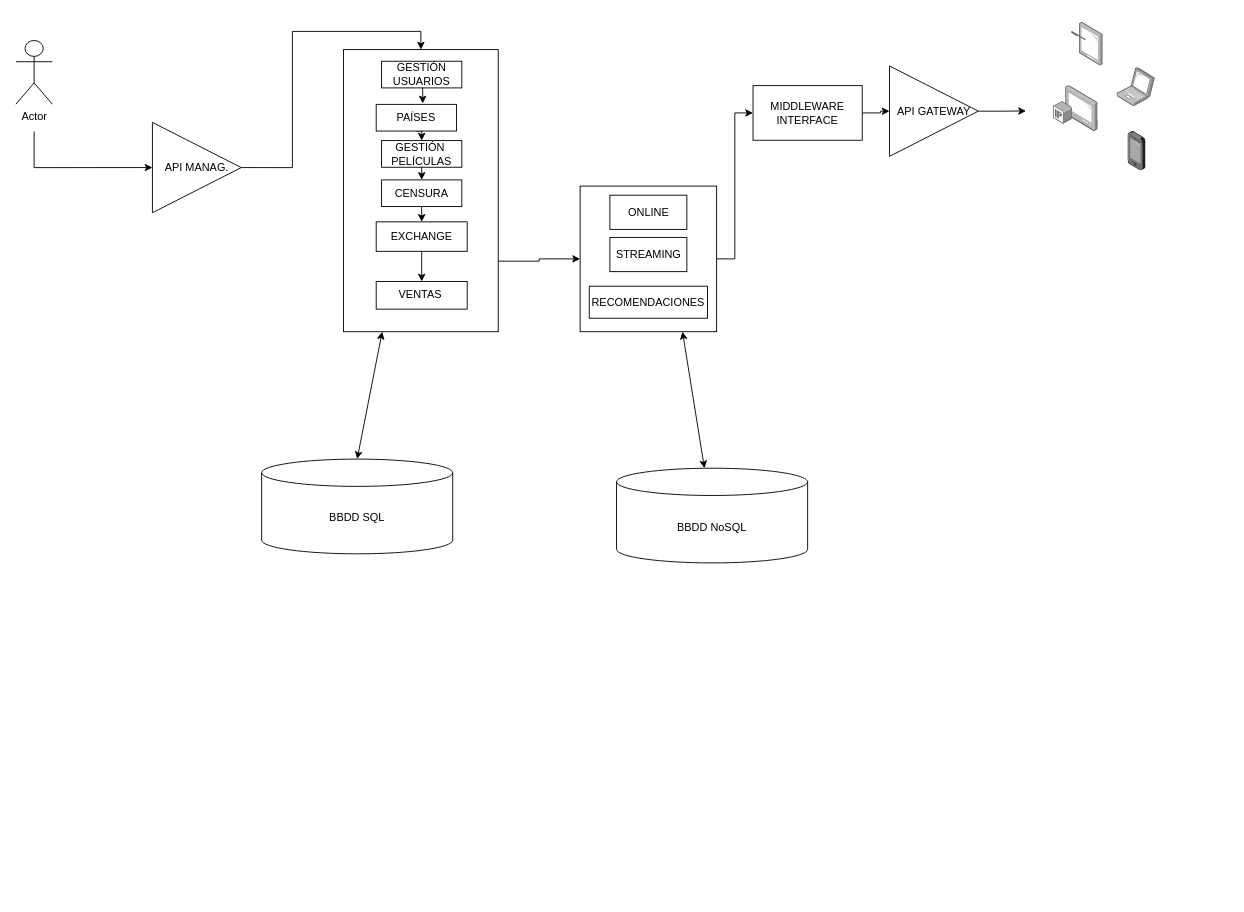
Above: infra1.drawio in gitsaf4/repoinit (draw.io), before the change. Source tidied: cells renumbered, new cells numbered last; positions are measured from the earlier drawing's top-left corner, leaving out a move shared by most shapes. Both pictures are drawn from the tidied source at 91%, with x=0, y=0 at pixel (15, 22).
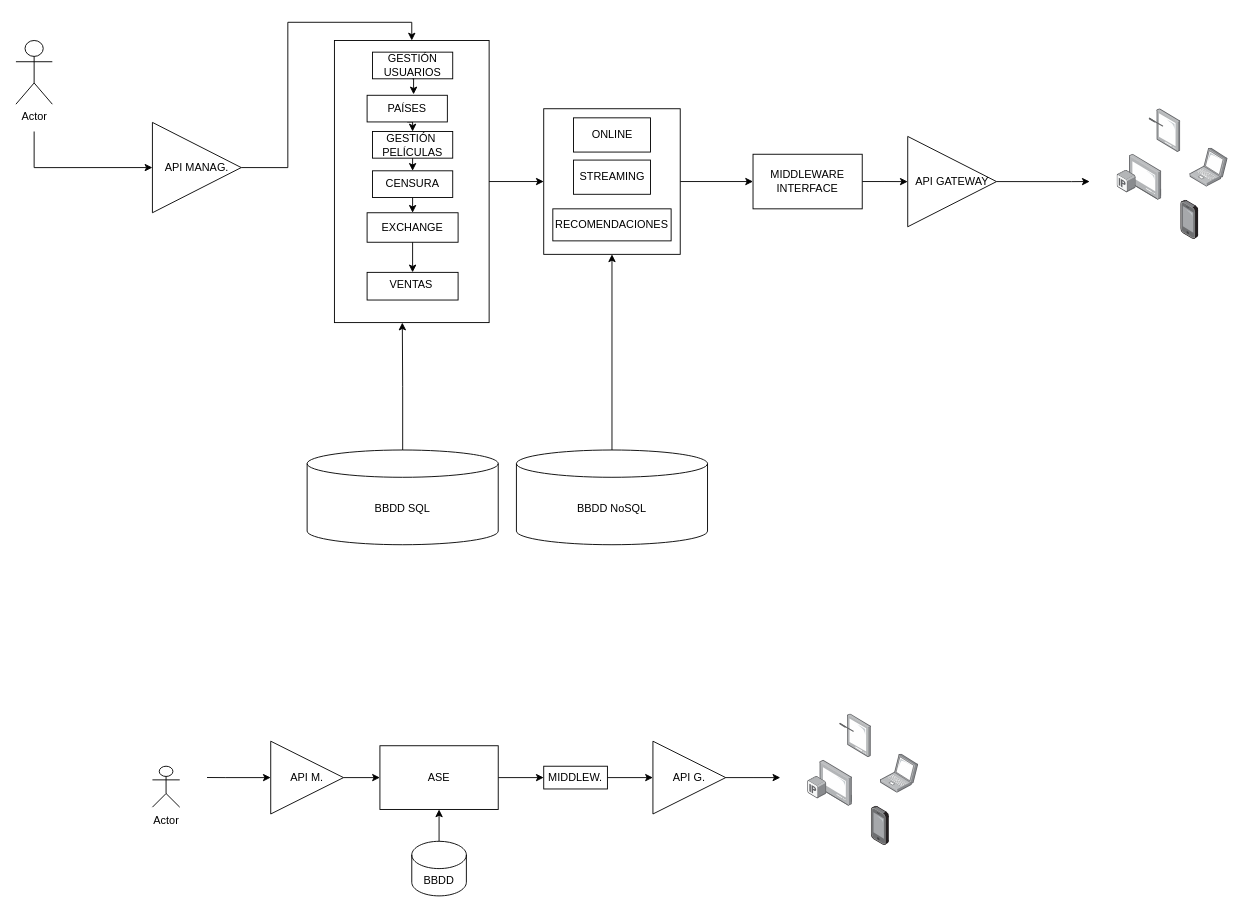
Above is the later version.

The change refers to these unchanged cells:
```xml
<mxCell id="21" style="rounded=0;whiteSpace=wrap;html=1;" parent="20" vertex="1">
  <mxGeometry width="150" height="160" as="geometry" />
</mxCell>
<mxCell id="26" style="rounded=0;whiteSpace=wrap;html=1;" parent="25" vertex="1">
  <mxGeometry width="170" height="310" as="geometry" />
</mxCell>
```

The edit, as a diff of the source:
```diff
@@
-    <mxCell id="2" style="edgeStyle=orthogonalEdgeStyle;rounded=0;jettySize=auto;html=1;exitX=1;exitY=0.75;exitDx=0;exitDy=0;entryX=0;entryY=0.5;entryDx=0;entryDy=0;" parent="1" edge="1" source="26" target="21">
-      <mxGeometry relative="1" as="geometry" />
-    </mxCell>
-    <mxCell id="3" style="html=1;align=center;shadow=0;dashed=0;image;image=img/lib/allied_telesis/computer_and_terminals/Laptop.svg;" parent="1" vertex="1">
-      <mxGeometry x="1210" y="50" width="42" height="42.6" as="geometry" />
-    </mxCell>
-    <mxCell id="4" style="html=1;align=center;shadow=0;dashed=0;image;image=img/lib/allied_telesis/computer_and_terminals/Smartphone.svg;" parent="1" vertex="1">
-      <mxGeometry x="1222" y="120" width="19.8" height="43.2" as="geometry" />
-    </mxCell>
-    <mxCell id="5" style="html=1;align=center;shadow=0;dashed=0;image;image=img/lib/allied_telesis/computer_and_terminals/Tablet_Alternative.svg;" parent="1" vertex="1">
-      <mxGeometry x="1160" width="34.8" height="48" as="geometry" />
-    </mxCell>
-    <mxCell id="6" style="html=1;align=center;shadow=0;dashed=0;image;image=img/lib/allied_telesis/computer_and_terminals/IP_TV.svg;" parent="1" vertex="1">
-      <mxGeometry x="1140" y="69.6" width="49.2" height="50.4" as="geometry" />
-    </mxCell>
     <mxCell id="7" style="edgeStyle=orthogonalEdgeStyle;rounded=0;jettySize=auto;html=1;exitX=1;exitY=0.5;exitDx=0;exitDy=0;" parent="1" edge="1" source="8">
       <mxGeometry relative="1" as="geometry">
-        <mxPoint x="1110" y="97.4" as="targetPoint" />
+        <mxPoint x="1180" y="175" as="targetPoint" />
+        <Array as="points">
+          <mxPoint x="1160" y="175" />
+        </Array>
       </mxGeometry>
     </mxCell>
     <mxCell id="8" value="&lt;div&gt;API GATEWAY&lt;/div&gt;" style="triangle;whiteSpace=wrap;html=1;" parent="1" vertex="1">
-      <mxGeometry x="960" y="48" width="97.6" height="99.3" as="geometry" />
+      <mxGeometry x="980" y="125.4" width="97.6" height="99.3" as="geometry" />
     </mxCell>
@@
+    <mxCell id="41" style="edgeStyle=orthogonalEdgeStyle;rounded=0;jettySize=auto;html=1;exitX=0.5;exitY=0;exitDx=0;exitDy=0;exitPerimeter=0;" parent="1" edge="1" source="13">
+      <mxGeometry relative="1" as="geometry">
+        <mxPoint x="424.6" y="330" as="targetPoint" />
+      </mxGeometry>
+    </mxCell>
     <mxCell id="13" value="BBDD SQL" style="shape=cylinder3;whiteSpace=wrap;html=1;boundedLbl=1;backgroundOutline=1;size=15;" parent="1" vertex="1">
-      <mxGeometry x="270" y="480" width="210" height="104.1" as="geometry" />
+      <mxGeometry x="320" y="470" width="210" height="104.1" as="geometry" />
     </mxCell>
-    <mxCell id="14" style="endArrow=classic;startArrow=classic;html=1;rounded=0;exitX=0.5;exitY=0;exitDx=0;exitDy=0;exitPerimeter=0;entryX=0.25;entryY=1;entryDx=0;entryDy=0;" parent="1" edge="1" source="13" target="26">
-      <mxGeometry relative="1" as="geometry" />
-    </mxCell>
@@
     <mxCell id="16" value="MIDDLEWARE INTERFACE" style="rounded=0;whiteSpace=wrap;html=1;" parent="1" vertex="1">
-      <mxGeometry x="810" y="69.6" width="120" height="60" as="geometry" />
+      <mxGeometry x="810" y="145" width="120" height="60" as="geometry" />
     </mxCell>
+    <mxCell id="18" style="edgeStyle=orthogonalEdgeStyle;rounded=0;jettySize=auto;html=1;exitX=0.5;exitY=0;exitDx=0;exitDy=0;exitPerimeter=0;" parent="1" edge="1" source="17" target="21">
+      <mxGeometry relative="1" as="geometry" />
+    </mxCell>
     <mxCell id="17" value="BBDD NoSQL" style="shape=cylinder3;whiteSpace=wrap;html=1;boundedLbl=1;backgroundOutline=1;size=15;" parent="1" vertex="1">
-      <mxGeometry x="660" y="490" width="210" height="104.1" as="geometry" />
+      <mxGeometry x="550" y="470" width="210" height="104.1" as="geometry" />
     </mxCell>
-    <mxCell id="18" style="endArrow=classic;startArrow=classic;html=1;rounded=0;entryX=0.75;entryY=1;entryDx=0;entryDy=0;" parent="1" edge="1" source="17" target="21">
-      <mxGeometry relative="1" as="geometry" />
-    </mxCell>
@@
     <mxCell id="20" style="group;" parent="1" vertex="1">
-      <mxGeometry x="620" y="180" width="150" height="160" as="geometry" />
+      <mxGeometry x="580" y="95" width="150" height="160" as="geometry" />
     </mxCell>
@@
     <mxCell id="25" style="group;" parent="1" vertex="1">
-      <mxGeometry x="360" y="30" width="170" height="310" as="geometry" />
+      <mxGeometry x="350" y="20" width="170" height="310" as="geometry" />
     </mxCell>
@@
+    <mxCell id="2" style="edgeStyle=orthogonalEdgeStyle;rounded=0;jettySize=auto;html=1;entryX=0;entryY=0.5;entryDx=0;entryDy=0;" parent="1" edge="1" source="26" target="21">
+      <mxGeometry relative="1" as="geometry" />
+    </mxCell>
+    <mxCell id="42" style="edgeStyle=orthogonalEdgeStyle;rounded=0;jettySize=auto;html=1;exitX=1;exitY=0.5;exitDx=0;exitDy=0;entryX=0;entryY=0.5;entryDx=0;entryDy=0;" parent="1" edge="1" source="43" target="45">
+      <mxGeometry relative="1" as="geometry" />
+    </mxCell>
+    <mxCell id="43" value="&lt;div&gt;API M.&lt;/div&gt;" style="triangle;whiteSpace=wrap;html=1;" parent="1" vertex="1">
+      <mxGeometry x="280" y="790" width="80" height="80" as="geometry" />
+    </mxCell>
+    <mxCell id="44" style="edgeStyle=orthogonalEdgeStyle;rounded=0;jettySize=auto;html=1;exitX=1;exitY=0.5;exitDx=0;exitDy=0;entryX=0;entryY=0.5;entryDx=0;entryDy=0;" parent="1" edge="1" source="45" target="47">
+      <mxGeometry relative="1" as="geometry" />
+    </mxCell>
+    <mxCell id="45" value="ASE" style="rounded=0;whiteSpace=wrap;html=1;" parent="1" vertex="1">
+      <mxGeometry x="400" y="795" width="130" height="70" as="geometry" />
+    </mxCell>
+    <mxCell id="46" style="edgeStyle=orthogonalEdgeStyle;rounded=0;jettySize=auto;html=1;exitX=1;exitY=0.5;exitDx=0;exitDy=0;entryX=0;entryY=0.5;entryDx=0;entryDy=0;" parent="1" edge="1" source="47" target="49">
+      <mxGeometry relative="1" as="geometry" />
+    </mxCell>
+    <mxCell id="47" value="MIDDLEW." style="rounded=0;whiteSpace=wrap;html=1;" parent="1" vertex="1">
+      <mxGeometry x="580" y="817.5" width="70" height="25" as="geometry" />
+    </mxCell>
+    <mxCell id="48" style="edgeStyle=orthogonalEdgeStyle;rounded=0;jettySize=auto;html=1;exitX=1;exitY=0.5;exitDx=0;exitDy=0;" parent="1" edge="1" source="49">
+      <mxGeometry relative="1" as="geometry">
+        <mxPoint x="840" y="830" as="targetPoint" />
+      </mxGeometry>
+    </mxCell>
+    <mxCell id="49" value="&lt;div&gt;API G.&lt;/div&gt;" style="triangle;whiteSpace=wrap;html=1;" parent="1" vertex="1">
+      <mxGeometry x="700" y="790" width="80" height="80" as="geometry" />
+    </mxCell>
+    <mxCell id="50" style="edgeStyle=orthogonalEdgeStyle;rounded=0;jettySize=auto;html=1;exitX=0.5;exitY=0;exitDx=0;exitDy=0;exitPerimeter=0;entryX=0.5;entryY=1;entryDx=0;entryDy=0;" parent="1" edge="1" source="51" target="45">
+      <mxGeometry relative="1" as="geometry" />
+    </mxCell>
+    <mxCell id="51" value="BBDD" style="shape=cylinder3;whiteSpace=wrap;html=1;boundedLbl=1;backgroundOutline=1;size=15;" parent="1" vertex="1">
+      <mxGeometry x="435" y="900" width="60" height="60" as="geometry" />
+    </mxCell>
+    <mxCell id="52" style="group;" parent="1" vertex="1">
+      <mxGeometry x="1210" y="95" width="122" height="143.6" as="geometry" />
+    </mxCell>
+    <mxCell id="3" style="html=1;align=center;shadow=0;dashed=0;image;image=img/lib/allied_telesis/computer_and_terminals/Laptop.svg;" parent="52" vertex="1">
+      <mxGeometry x="80" y="43.3" width="42" height="42.6" as="geometry" />
+    </mxCell>
+    <mxCell id="4" style="html=1;align=center;shadow=0;dashed=0;image;image=img/lib/allied_telesis/computer_and_terminals/Smartphone.svg;" parent="52" vertex="1">
+      <mxGeometry x="70" y="100.4" width="19.8" height="43.2" as="geometry" />
+    </mxCell>
+    <mxCell id="5" style="html=1;align=center;shadow=0;dashed=0;image;image=img/lib/allied_telesis/computer_and_terminals/Tablet_Alternative.svg;" parent="52" vertex="1">
+      <mxGeometry x="35.2" width="34.8" height="48" as="geometry" />
+    </mxCell>
+    <mxCell id="6" style="html=1;align=center;shadow=0;dashed=0;image;image=img/lib/allied_telesis/computer_and_terminals/IP_TV.svg;" parent="52" vertex="1">
+      <mxGeometry y="50" width="49.2" height="50.4" as="geometry" />
+    </mxCell>
+    <mxCell id="53" style="edgeStyle=orthogonalEdgeStyle;rounded=0;jettySize=auto;html=1;exitX=1;exitY=0.3333333333333333;exitDx=0;exitDy=0;exitPerimeter=0;" parent="1" edge="1" source="54">
+      <mxGeometry relative="1" as="geometry">
+        <mxPoint x="180" y="832.5" as="targetPoint" />
+      </mxGeometry>
+    </mxCell>
+    <mxCell id="54" value="Actor" style="shape=umlActor;verticalLabelPosition=bottom;verticalAlign=top;html=1;outlineConnect=0;" parent="1" vertex="1">
+      <mxGeometry x="150" y="817.5" width="30" height="45" as="geometry" />
+    </mxCell>
+    <mxCell id="55" style="endArrow=classic;html=1;rounded=0;entryX=0;entryY=0.5;entryDx=0;entryDy=0;" parent="1" edge="1" target="43">
+      <mxGeometry relative="1" as="geometry">
+        <mxPoint x="210" y="829.9" as="sourcePoint" />
+        <Array as="points">
+          <mxPoint x="230" y="830" />
+        </Array>
+      </mxGeometry>
+    </mxCell>
+    <mxCell id="56" style="html=1;align=center;shadow=0;dashed=0;image;image=img/lib/allied_telesis/computer_and_terminals/Laptop.svg;" parent="1" vertex="1">
+      <mxGeometry x="950" y="804.3" width="42" height="42.6" as="geometry" />
+    </mxCell>
+    <mxCell id="57" style="html=1;align=center;shadow=0;dashed=0;image;image=img/lib/allied_telesis/computer_and_terminals/Smartphone.svg;" parent="1" vertex="1">
+      <mxGeometry x="940" y="861.4" width="19.8" height="43.2" as="geometry" />
+    </mxCell>
+    <mxCell id="58" style="html=1;align=center;shadow=0;dashed=0;image;image=img/lib/allied_telesis/computer_and_terminals/Tablet_Alternative.svg;" parent="1" vertex="1">
+      <mxGeometry x="905.2" y="760" width="34.8" height="48" as="geometry" />
+    </mxCell>
+    <mxCell id="59" style="html=1;align=center;shadow=0;dashed=0;image;image=img/lib/allied_telesis/computer_and_terminals/IP_TV.svg;" parent="1" vertex="1">
+      <mxGeometry x="870" y="811" width="49.2" height="50.4" as="geometry" />
+    </mxCell>
```
